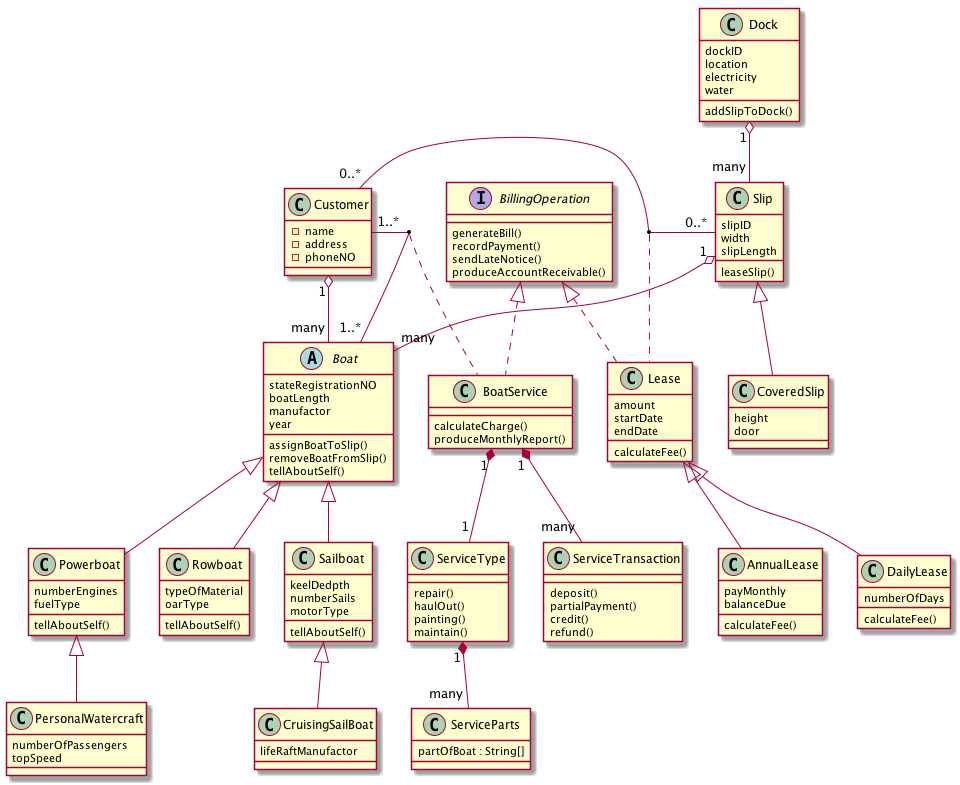
This is Bradshaw Marina Case Study Class Diagram.png from Ying-LUO/Java2_Assignment2, a PlantUML export, as it was before one commit.
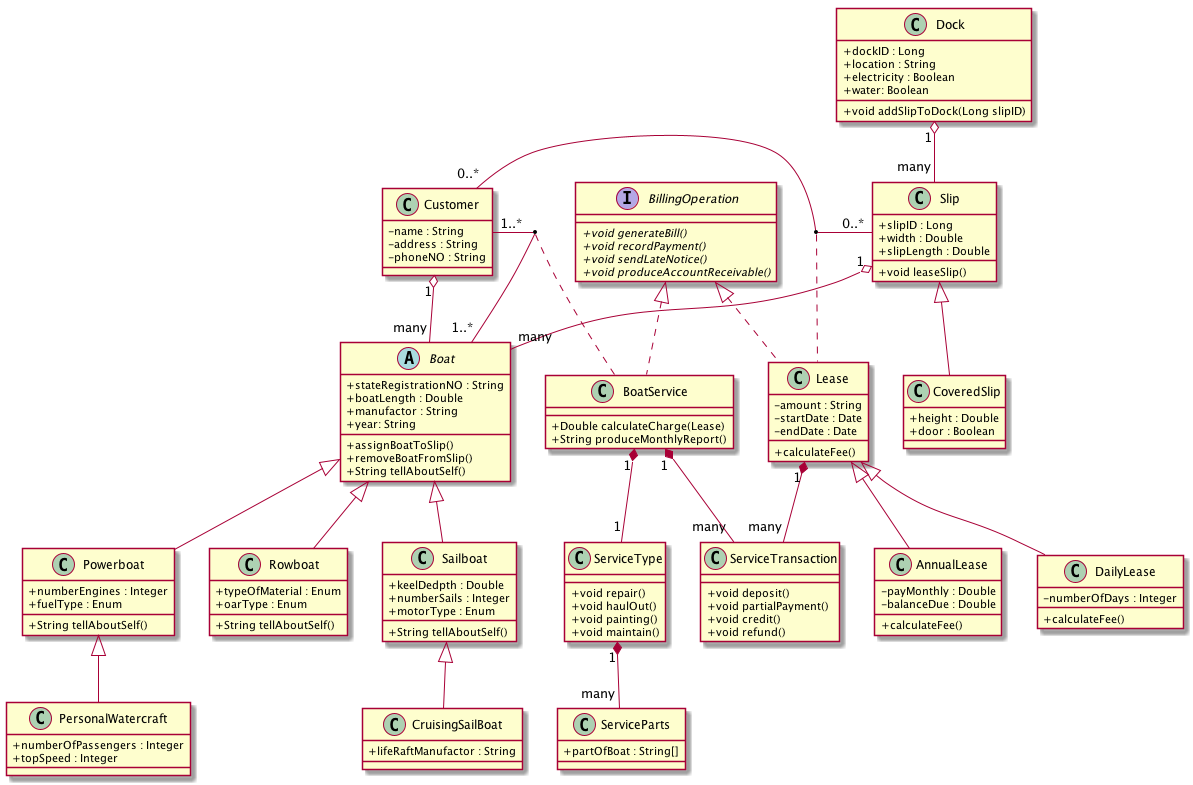
After the commit.

What changed in the source:
```diff
@@ -1,116 +1,116 @@
 @startuml Bradshaw Marina Case Study Class Diagram
-
+skinparam classAttributeIconSize 0
 abstract class Lease{
-    amount
-    startDate
-    endDate
-    calculateFee()
+    -amount : String
+    -startDate : Date
+    -endDate : Date
+    +calculateFee()
 }
 
 class AnnualLease{
-    payMonthly
-    balanceDue
-    calculateFee()
+    -payMonthly : Double
+    -balanceDue : Double
+    +calculateFee()
 }
 
 class DailyLease{
-    numberOfDays
-    calculateFee()
+    -numberOfDays : Integer
+    +calculateFee()
 }
 
 abstract class Boat{
-    stateRegistrationNO
-    boatLength
-    manufactor
-    year
-    assignBoatToSlip()
-    removeBoatFromSlip()
-    tellAboutSelf()
+    +stateRegistrationNO : String
+    +boatLength : Double
+    +manufactor : String
+    +year: String
+    +assignBoatToSlip()
+    +removeBoatFromSlip()
+    +String tellAboutSelf()
 }
 
 class Sailboat{
-    keelDedpth
-    numberSails
-    motorType
-    tellAboutSelf()
+    +keelDedpth : Double
+    +numberSails : Integer
+    +motorType : Enum
+    +String tellAboutSelf()
 }
 
 class Powerboat{
-    numberEngines
-    fuelType
-    tellAboutSelf()
+    +numberEngines : Integer
+    +fuelType : Enum
+    +String tellAboutSelf()
 }
 
 class Rowboat{
-    typeOfMaterial
-    oarType
-    tellAboutSelf()
+    +typeOfMaterial : Enum
+    +oarType : Enum
+    +String tellAboutSelf()
 }
 
 class CruisingSailBoat{
-    lifeRaftManufactor
+    +lifeRaftManufactor : String
 }
 
 class PersonalWatercraft{
-    numberOfPassengers
-    topSpeed
+    +numberOfPassengers : Integer
+    +topSpeed : Integer
 }
 
 class Customer{
-    -name
-    -address
-    -phoneNO
+    -name : String
+    -address : String
+    -phoneNO : String
 }
 
 class Slip{
-    slipID
-    width
-    slipLength
-    leaseSlip()
+    +slipID : Long
+    +width : Double
+    +slipLength : Double
+    +void leaseSlip()
 }
 
 class CoveredSlip{
-    height
-    door
+    +height : Double
+    +door : Boolean
 }
 
 class Dock{
-    dockID
-    location
-    electricity
-    water
-    addSlipToDock()
+    +dockID : Long
+    +location : String
+    +electricity : Boolean
+    +water: Boolean
+    +void addSlipToDock(Long slipID)
 }
 
 class BoatService{
-    calculateCharge()
-    produceMonthlyReport()
+    +Double calculateCharge(Lease)
+    +String produceMonthlyReport()
 }
 
 class ServiceType{
-    repair()
-    haulOut()
-    painting()
-    maintain()
+    +void repair()
+    +void haulOut()
+    +void painting()
+    +void maintain()
 }
 
 class ServiceParts{
-    partOfBoat : String[]
+    +partOfBoat : String[]
 }
 
 
 class ServiceTransaction{
-    deposit()
-    partialPayment()
-    credit()
-    refund()
+    +void deposit()
+    +void partialPayment()
+    +void credit()
+    +void refund()
 }
 
 interface BillingOperation{
-    generateBill()
-    recordPayment()
-    sendLateNotice()
-    produceAccountReceivable()
+    +{abstract} void generateBill()
+    +{abstract} void recordPayment()
+    +{abstract} void sendLateNotice()
+    +{abstract} void produceAccountReceivable()
 }
 
 
@@ -140,6 +140,8 @@
 class Lease implements BillingOperation
 
 BoatService "1" *-- "many" ServiceTransaction
+Lease "1" *-- "many" ServiceTransaction
+
 BoatService "1" *-- "1" ServiceType
 ServiceType "1" *-- "many" ServiceParts
 
```
